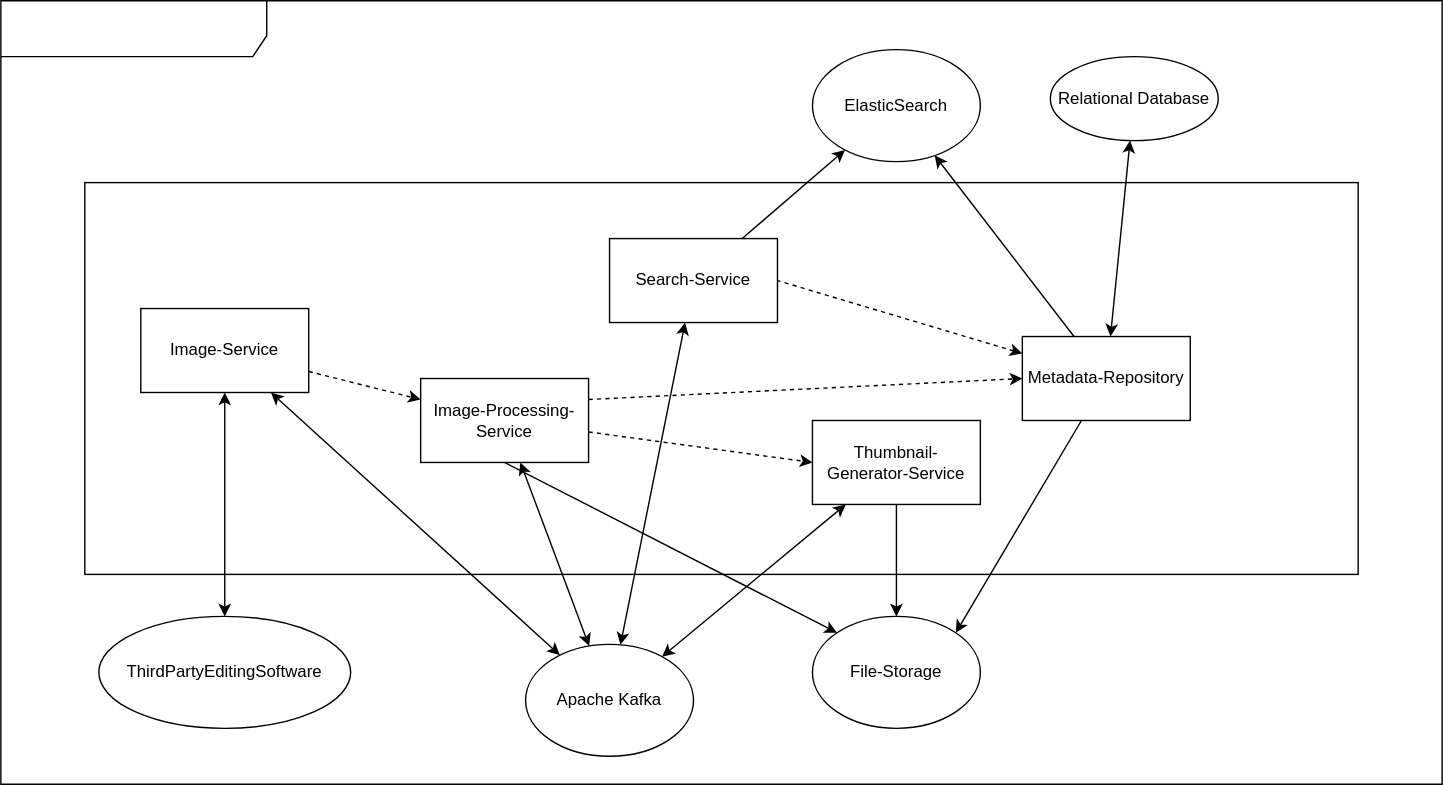
Earlier version of the draw.io export images/SWARC_Building_Block_2.drawio.svg (Z1rael/swa). Source tidied: cells renumbered, new cells last; positions are measured from the earlier drawing's top-left corner, leaving out a move shared by most shapes.
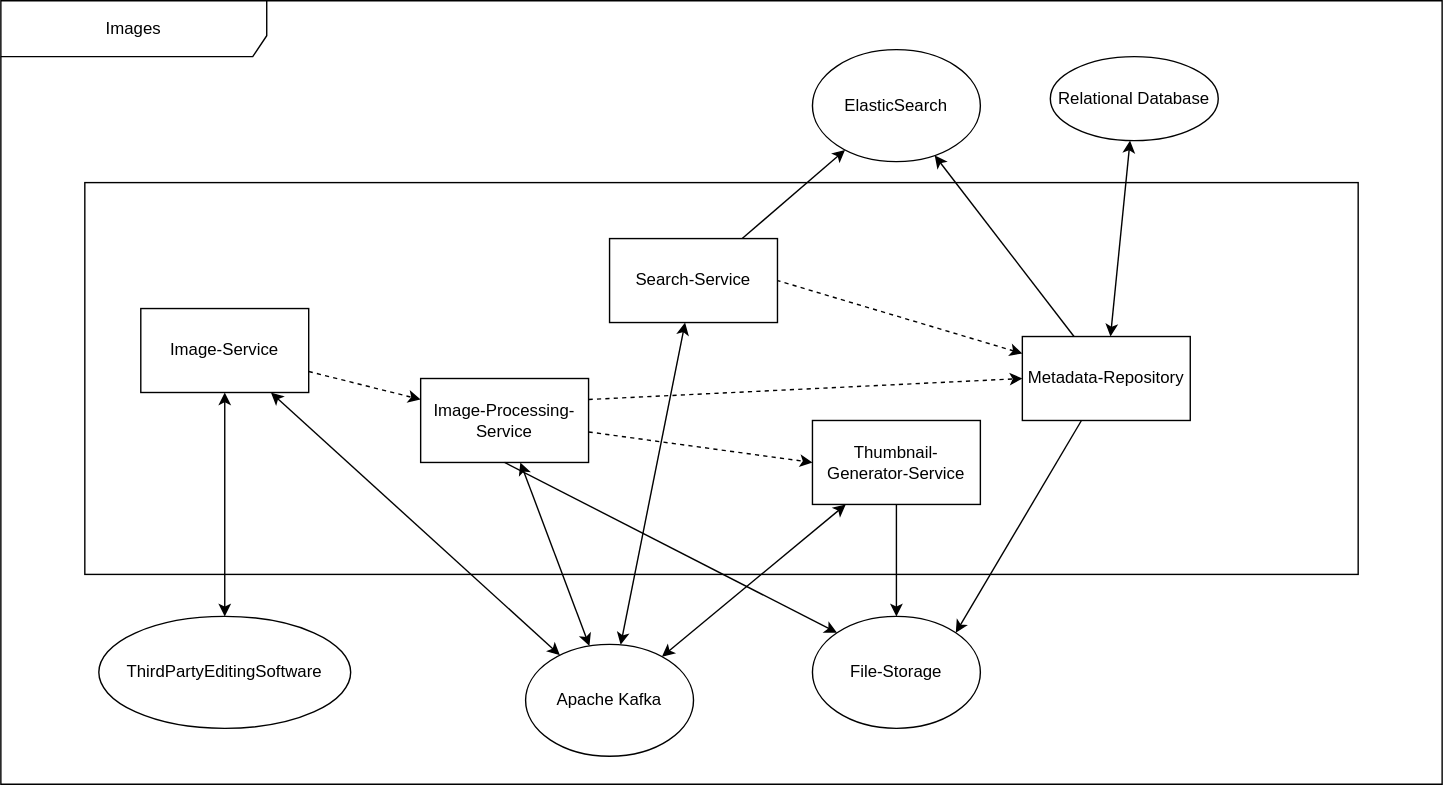
Above is the later version.

Change to the diagram source:
```diff
@@ -5,7 +5,7 @@
     <mxCell id="2" style="rounded=0;whiteSpace=wrap;html=1;" parent="1" vertex="1">
       <mxGeometry x="60" y="130" width="910" height="280" as="geometry" />
     </mxCell>
-    <mxCell id="3" value="cmp Images&lt;span style=&quot;white-space: pre;&quot;&gt;&#9;&lt;/span&gt;&lt;span style=&quot;white-space: pre;&quot;&gt;&#9;&lt;/span&gt;&lt;span style=&quot;white-space: pre;&quot;&gt;&#9;&lt;/span&gt;&lt;span style=&quot;white-space: pre;&quot;&gt;&#9;&lt;/span&gt;" style="shape=umlFrame;whiteSpace=wrap;html=1;width=190;height=40;" parent="1" vertex="1">
+    <mxCell id="3" value="Images" style="shape=umlFrame;whiteSpace=wrap;html=1;width=190;height=40;" parent="1" vertex="1">
       <mxGeometry width="1030" height="560" as="geometry" />
     </mxCell>
     <mxCell id="4" style="rounded=0;jettySize=auto;html=1;entryX=0;entryY=0.5;entryDx=0;entryDy=0;dashed=1;" parent="1" edge="1" source="5" target="21">
```
